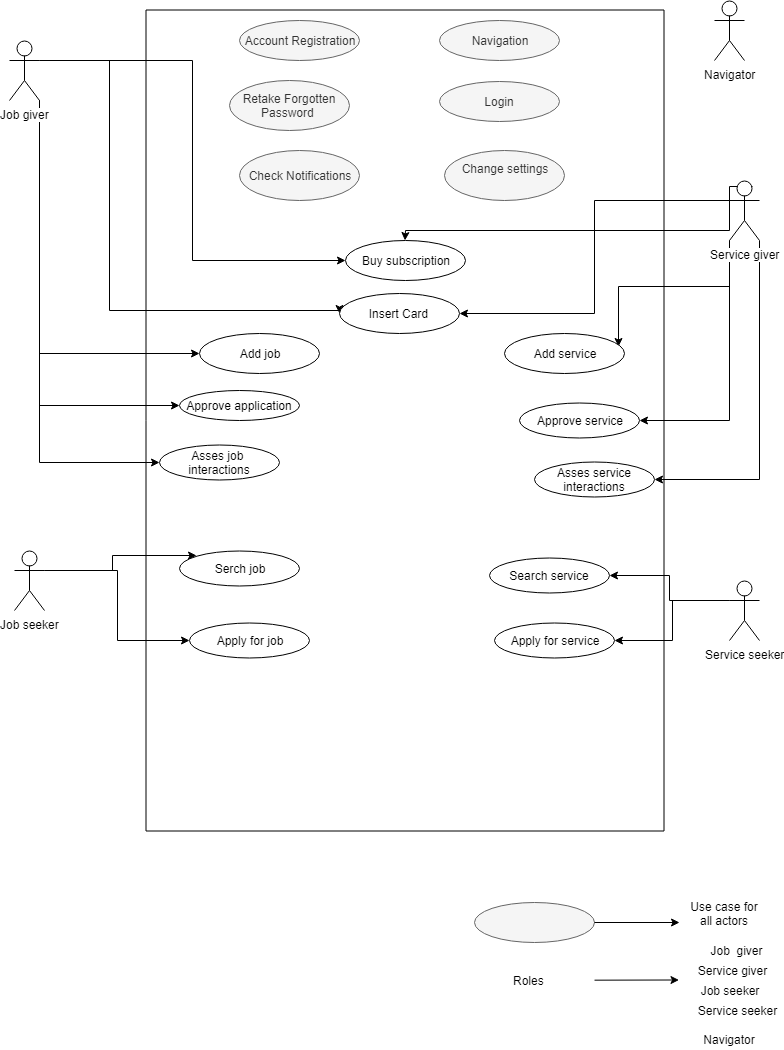
aelezi16/zanatciu keeps this draw.io diagram as Diagrams/Use Case Diagram/Use Case Diagram Zanatciu.png. Above is the earlier version. Source tidied: cells renumbered, new cells last; positions are measured from the earlier drawing's top-left corner, leaving out a move shared by most shapes.
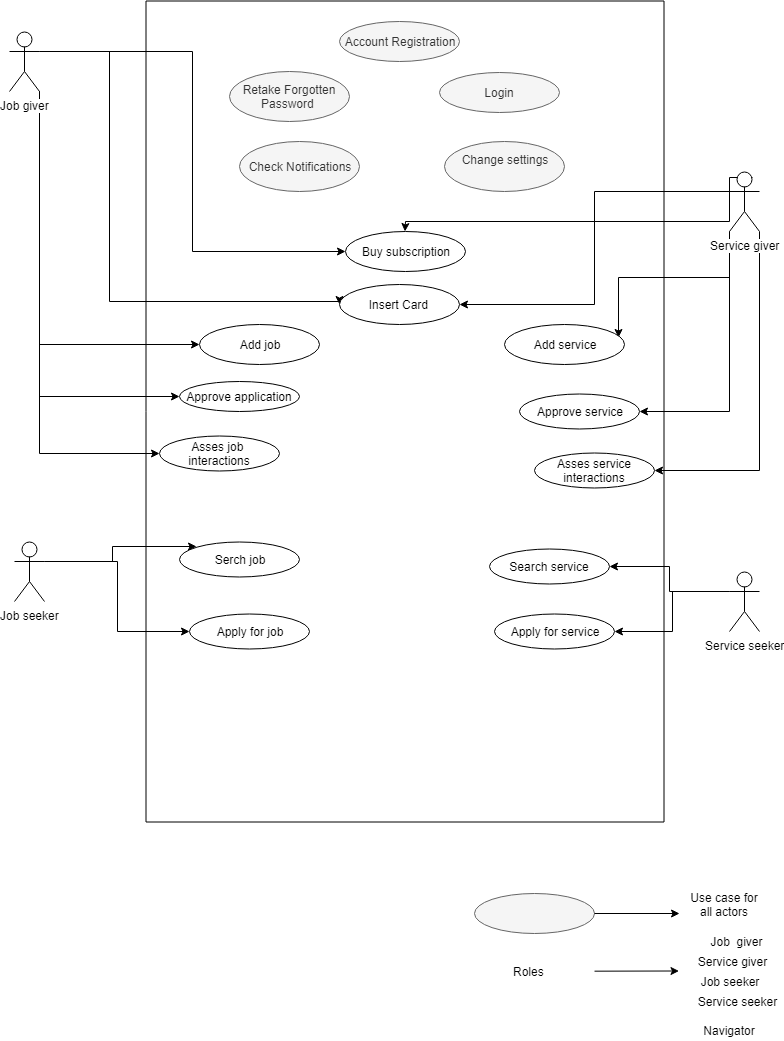
After the commit.

Commit message:
Update Use Case Diagram

Diff of the diagram source:
```diff
@@ -62,9 +62,6 @@
     <mxCell id="17" value="Service giver" style="shape=umlActor;verticalLabelPosition=bottom;labelBackgroundColor=#ffffff;verticalAlign=top;html=1;outlineConnect=0;" parent="1" vertex="1">
       <mxGeometry x="735" y="180" width="30" height="60" as="geometry" />
     </mxCell>
-    <mxCell id="18" value="Navigator&lt;br&gt;&lt;br&gt;" style="shape=umlActor;verticalLabelPosition=bottom;labelBackgroundColor=#ffffff;verticalAlign=top;html=1;" parent="1" vertex="1">
-      <mxGeometry x="720" width="30" height="60" as="geometry" />
-    </mxCell>
     <mxCell id="19" style="edgeStyle=orthogonalEdgeStyle;rounded=0;jettySize=auto;html=1;exitX=0;exitY=0.3333333333333333;exitDx=0;exitDy=0;exitPerimeter=0;entryX=1;entryY=0.5;entryDx=0;entryDy=0;" parent="1" edge="1" source="21" target="36">
       <mxGeometry relative="1" as="geometry" />
     </mxCell>
@@ -75,14 +72,11 @@
       <mxGeometry x="735" y="580" width="30" height="60" as="geometry" />
     </mxCell>
     <mxCell id="22" value="Account Registration" style="ellipse;whiteSpace=wrap;html=1;fillColor=#f5f5f5;strokeColor=#666666;fontColor=#333333;" parent="1" vertex="1">
-      <mxGeometry x="245" y="20" width="120" height="40" as="geometry" />
+      <mxGeometry x="345" y="30" width="120" height="40" as="geometry" />
     </mxCell>
     <mxCell id="23" value="Login" style="ellipse;whiteSpace=wrap;html=1;fillColor=#f5f5f5;strokeColor=#666666;fontColor=#333333;" parent="1" vertex="1">
       <mxGeometry x="445" y="81" width="120" height="40" as="geometry" />
     </mxCell>
-    <mxCell id="24" value="Navigation" style="ellipse;whiteSpace=wrap;html=1;fillColor=#f5f5f5;strokeColor=#666666;fontColor=#333333;" parent="1" vertex="1">
-      <mxGeometry x="445" y="20" width="120" height="40" as="geometry" />
-    </mxCell>
     <mxCell id="25" value="Buy subscription" style="ellipse;whiteSpace=wrap;html=1;" parent="1" vertex="1">
       <mxGeometry x="350.5" y="240" width="120" height="40" as="geometry" />
     </mxCell>
```
